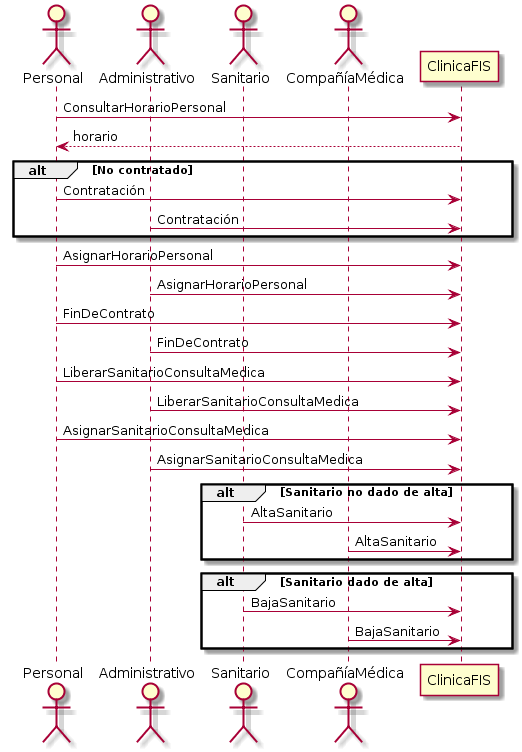
This is p3/diagramas/diagramaPersonal.png from jmml97/fis-practicas, a PlantUML export, as it was before one commit.
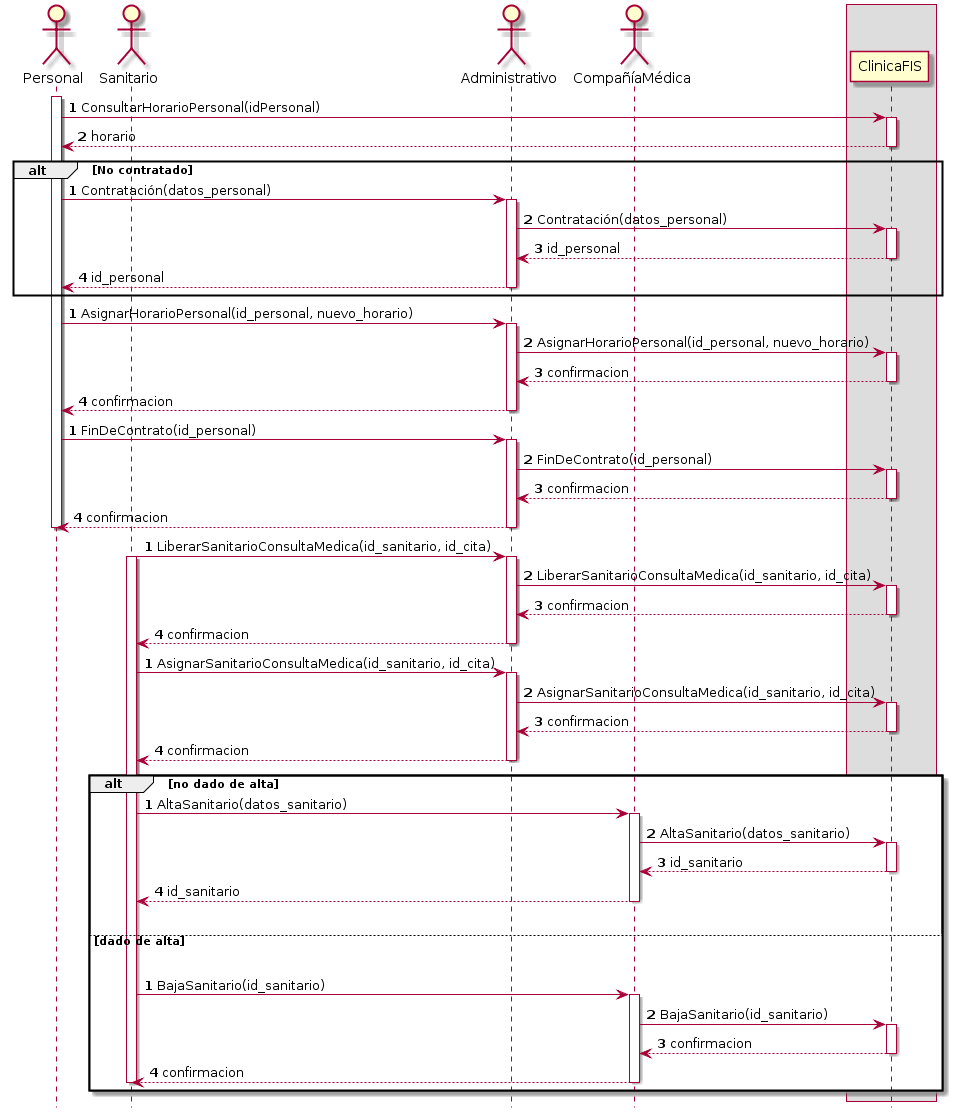
Later version of the same file.

Commit message:
Terminando los diagramas de paciente y personal

Diff of the diagram source:
```diff
@@ -1,36 +1,111 @@
 @startuml
 actor Personal
+actor Sanitario
 actor Administrativo
-actor Sanitario
 actor CompañíaMédica
 
-Personal -> ClinicaFIS : ConsultarHorarioPersonal
+box
+	participant ClinicaFIS
+end box
+
+hide footbox
+
+activate Personal
+
+autonumber 1
+Personal -> ClinicaFIS : ConsultarHorarioPersonal(idPersonal)
+activate ClinicaFIS
 ClinicaFIS --> Personal : horario
+deactivate ClinicaFIS
+autonumber stop
 
-alt No contratado
-	Personal -> ClinicaFIS : Contratación
-	Administrativo -> ClinicaFIS : Contratación
+alt #transparent No contratado
+	autonumber 1
+	Personal -> Administrativo : Contratación(datos_personal)
+	activate Administrativo
+	Administrativo -> ClinicaFIS : Contratación(datos_personal)
+	activate ClinicaFIS
+	ClinicaFIS --> Administrativo : id_personal
+	deactivate ClinicaFIS
+	Administrativo --> Personal : id_personal
+	deactivate Administrativo
+	autonumber stop
 end
 
-Personal -> ClinicaFIS : AsignarHorarioPersonal
-Administrativo -> ClinicaFIS : AsignarHorarioPersonal
+autonumber 1
+Personal -> Administrativo : AsignarHorarioPersonal(id_personal, nuevo_horario)
+activate Administrativo
+Administrativo -> ClinicaFIS : AsignarHorarioPersonal(id_personal, nuevo_horario)
+activate ClinicaFIS
+ClinicaFIS --> Administrativo : confirmacion
+deactivate ClinicaFIS
+Administrativo --> Personal : confirmacion
+deactivate Administrativo
+autonumber stop
 
-Personal -> ClinicaFIS : FinDeContrato
-Administrativo -> ClinicaFIS : FinDeContrato
+autonumber 1
+Personal -> Administrativo : FinDeContrato(id_personal)
+activate Administrativo
+Administrativo -> ClinicaFIS : FinDeContrato(id_personal)
+activate ClinicaFIS
+ClinicaFIS --> Administrativo : confirmacion
+deactivate ClinicaFIS
+Administrativo --> Personal : confirmacion
+deactivate Administrativo
+deactivate Personal
+autonumber stop
 
-Personal -> ClinicaFIS : LiberarSanitarioConsultaMedica
-Administrativo -> ClinicaFIS : LiberarSanitarioConsultaMedica
+autonumber 1
+Sanitario -> Administrativo : LiberarSanitarioConsultaMedica(id_sanitario, id_cita)
+activate Administrativo
+activate Sanitario
+Administrativo -> ClinicaFIS : LiberarSanitarioConsultaMedica(id_sanitario, id_cita)
+activate ClinicaFIS
+ClinicaFIS --> Administrativo : confirmacion
+deactivate ClinicaFIS
+Administrativo --> Sanitario : confirmacion
+deactivate Administrativo
+autonumber stop
 
-Personal -> ClinicaFIS : AsignarSanitarioConsultaMedica
-Administrativo -> ClinicaFIS : AsignarSanitarioConsultaMedica
+autonumber 1
+Sanitario -> Administrativo : AsignarSanitarioConsultaMedica(id_sanitario, id_cita)
+activate Administrativo
+Administrativo -> ClinicaFIS : AsignarSanitarioConsultaMedica(id_sanitario, id_cita)
+activate ClinicaFIS
+ClinicaFIS --> Administrativo : confirmacion
+deactivate ClinicaFIS
+Administrativo --> Sanitario : confirmacion
+deactivate Administrativo
+autonumber stop
 
-alt Sanitario no dado de alta
-	Sanitario -> ClinicaFIS : AltaSanitario
-	CompañíaMédica -> ClinicaFIS : AltaSanitario
-end
+alt #transparentSanitario no dado de alta
+	autonumber 1
+	Sanitario -> CompañíaMédica : AltaSanitario(datos_sanitario)
+	activate CompañíaMédica
+	CompañíaMédica -> ClinicaFIS : AltaSanitario(datos_sanitario)
+	activate ClinicaFIS
+	ClinicaFIS --> CompañíaMédica : id_sanitario
+	deactivate ClinicaFIS
+	CompañíaMédica --> Sanitario : id_sanitario
+	deactivate CompañíaMédica
+	autonumber stop
 
-alt Sanitario dado de alta
-	Sanitario -> ClinicaFIS : BajaSanitario
-	CompañíaMédica -> ClinicaFIS : BajaSanitario
+	|||
+
+ else dado de alta
+
+	|||
+
+	autonumber 1
+	Sanitario -> CompañíaMédica : BajaSanitario(id_sanitario)
+	activate CompañíaMédica
+	CompañíaMédica -> ClinicaFIS : BajaSanitario(id_sanitario)
+	activate ClinicaFIS
+	ClinicaFIS --> CompañíaMédica : confirmacion
+	deactivate ClinicaFIS
+	CompañíaMédica --> Sanitario : confirmacion
+	deactivate CompañíaMédica
+	deactivate Sanitario
+	autonumber stop
 end
 @enduml
```
